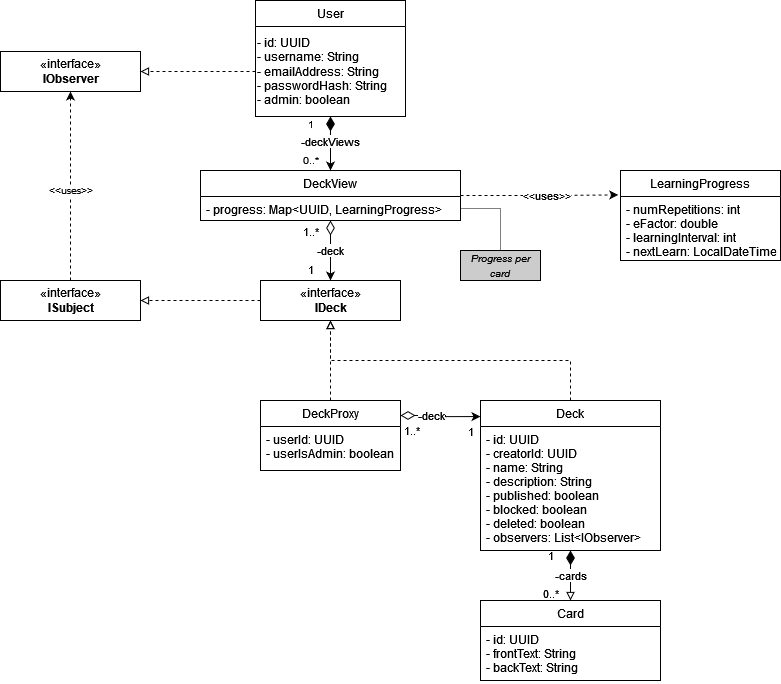
Above: diagrams-descriptions/domain-model/diagram.png in FabioPlunser/SWA-Project (draw.io), before the change. Source tidied: cells renumbered, new cells last; positions are measured from the earlier drawing's top-left corner, leaving out a move shared by most shapes.
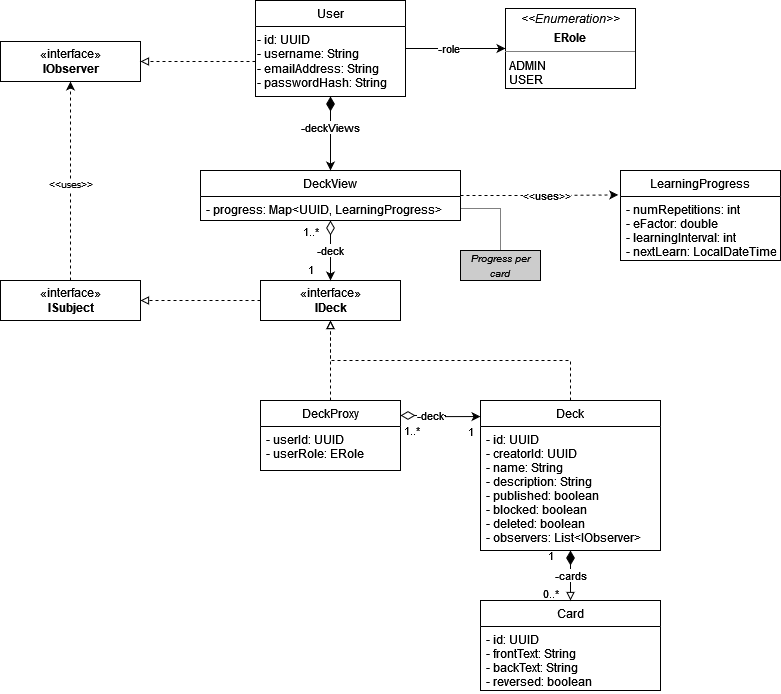
The same diagram one commit later.

Commit message:
Updated domain-model with enumeration and reversed flag for cards, created e-r-model

Change to the diagram source:
```diff
@@ -3,10 +3,10 @@
     <mxCell id="0" />
     <mxCell id="1" parent="0" />
     <mxCell id="2" value="Card" style="swimlane;fontStyle=0;horizontal=1;startSize=26;fillColor=none;" parent="1" vertex="1">
-      <mxGeometry x="480" y="600" width="180" height="80" as="geometry" />
+      <mxGeometry x="480" y="600" width="180" height="90" as="geometry" />
     </mxCell>
-    <mxCell id="3" value="- id: UUID&#10;- frontText: String&#10;- backText: String" style="text;strokeColor=none;fillColor=none;align=left;verticalAlign=top;spacingLeft=4;spacingRight=4;overflow=hidden;" parent="2" vertex="1">
-      <mxGeometry y="26" width="180" height="54" as="geometry" />
+    <mxCell id="3" value="- id: UUID&#10;- frontText: String&#10;- backText: String&#10;- reversed: boolean&#10;" style="text;strokeColor=none;fillColor=none;align=left;verticalAlign=top;spacingLeft=4;spacingRight=4;overflow=hidden;" parent="2" vertex="1">
+      <mxGeometry y="26" width="180" height="64" as="geometry" />
     </mxCell>
     <mxCell id="4" value="-cards" style="edgeStyle=orthogonalEdgeStyle;rounded=0;jettySize=auto;html=1;entryX=0.5;entryY=0;entryDx=0;entryDy=0;startArrow=diamondThin;startFill=1;endArrow=block;endFill=0;startSize=12;" parent="1" edge="1" source="8" target="2">
       <mxGeometry relative="1" as="geometry" />
@@ -62,7 +62,7 @@
     <mxCell id="16" value="DeckProxy" style="swimlane;fontStyle=0;horizontal=1;startSize=26;fillColor=none;" parent="1" vertex="1">
       <mxGeometry x="260" y="400" width="140" height="70" as="geometry" />
     </mxCell>
-    <mxCell id="17" value="- userId: UUID&#10;- userIsAdmin: boolean&#10;" style="text;strokeColor=none;fillColor=none;align=left;verticalAlign=top;spacingLeft=4;spacingRight=4;overflow=hidden;" parent="16" vertex="1">
+    <mxCell id="17" value="- userId: UUID&#10;- userRole: ERole&#10;" style="text;strokeColor=none;fillColor=none;align=left;verticalAlign=top;spacingLeft=4;spacingRight=4;overflow=hidden;" parent="16" vertex="1">
       <mxGeometry y="26" width="140" height="44" as="geometry" />
     </mxCell>
     <mxCell id="18" value="&lt;div&gt;«interface»&lt;b&gt;&lt;br&gt;&lt;/b&gt;&lt;/div&gt;&lt;div&gt;&lt;b&gt;IDeck&lt;/b&gt;&lt;/div&gt;" style="html=1;" parent="1" vertex="1">
@@ -82,21 +82,19 @@
         <mxPoint x="-2" y="7" as="offset" />
       </mxGeometry>
     </mxCell>
-    <mxCell id="23" value="1" style="edgeLabel;html=1;align=center;verticalAlign=middle;fontSize=10;" parent="21" vertex="1">
-      <mxGeometry x="-0.7" relative="1" as="geometry">
-        <mxPoint x="-20" as="offset" />
-      </mxGeometry>
-    </mxCell>
-    <mxCell id="24" value="0..*" style="edgeLabel;html=1;align=center;verticalAlign=middle;fontSize=10;" parent="21" vertex="1">
-      <mxGeometry x="0.8" y="1" relative="1" as="geometry">
-        <mxPoint x="-21" y="-5" as="offset" />
-      </mxGeometry>
-    </mxCell>
+    <mxCell id="41" style="edgeStyle=orthogonalEdgeStyle;rounded=0;jettySize=auto;html=1;" parent="1" edge="1" source="25" target="43">
+      <mxGeometry relative="1" as="geometry" />
+    </mxCell>
+    <mxCell id="42" value="-role" style="edgeLabel;html=1;align=center;verticalAlign=middle;" parent="41" vertex="1">
+      <mxGeometry x="-0.14" y="-2" relative="1" as="geometry">
+        <mxPoint y="-2" as="offset" />
+      </mxGeometry>
+    </mxCell>
     <mxCell id="25" value="User" style="swimlane;fontStyle=0;horizontal=1;startSize=26;fillColor=none;" parent="1" vertex="1">
-      <mxGeometry x="255" width="150" height="116" as="geometry" />
+      <mxGeometry x="255" width="150" height="96" as="geometry" />
     </mxCell>
-    <mxCell id="26" value="&lt;div&gt;- id: UUID&lt;/div&gt;&lt;div&gt;- username: String&lt;/div&gt;&lt;div&gt;- emailAddress: String&lt;/div&gt;&lt;div&gt;- passwordHash: String&lt;/div&gt;&lt;div&gt;- admin: boolean&lt;br&gt;&lt;/div&gt;" style="text;html=1;align=left;verticalAlign=middle;points=[];strokeColor=none;fillColor=none;" parent="25" vertex="1">
-      <mxGeometry y="26" width="150" height="90" as="geometry" />
+    <mxCell id="26" value="&lt;div&gt;- id: UUID&lt;/div&gt;&lt;div&gt;- username: String&lt;/div&gt;&lt;div&gt;- emailAddress: String&lt;/div&gt;&lt;div&gt;- passwordHash: String&lt;/div&gt;" style="text;html=1;align=left;verticalAlign=middle;points=[];strokeColor=none;fillColor=none;" parent="25" vertex="1">
+      <mxGeometry y="26" width="150" height="70" as="geometry" />
     </mxCell>
     <mxCell id="27" value="-deck" style="edgeStyle=orthogonalEdgeStyle;rounded=0;jettySize=auto;html=1;entryX=0.5;entryY=0;entryDx=0;entryDy=0;startArrow=diamondThin;startFill=0;endArrow=classic;endFill=1;startSize=12;" parent="1" edge="1" source="32" target="18">
       <mxGeometry relative="1" as="geometry" />
@@ -132,7 +130,7 @@
       <mxGeometry x="460" y="250" width="80" height="30" as="geometry" />
     </mxCell>
     <mxCell id="36" value="&lt;div&gt;«interface»&lt;b&gt;&lt;br&gt;&lt;/b&gt;&lt;/div&gt;&lt;div&gt;&lt;b&gt;IObserver&lt;/b&gt;&lt;/div&gt;" style="html=1;" parent="1" vertex="1">
-      <mxGeometry y="51" width="140" height="40" as="geometry" />
+      <mxGeometry y="41" width="140" height="40" as="geometry" />
     </mxCell>
     <mxCell id="37" style="edgeStyle=orthogonalEdgeStyle;rounded=0;jettySize=auto;html=1;fontSize=10;startArrow=none;startFill=0;endArrow=block;endFill=0;startSize=12;dashed=1;" parent="1" edge="1" source="26" target="36">
       <mxGeometry relative="1" as="geometry" />
@@ -148,5 +146,8 @@
     <mxCell id="40" value="&lt;div&gt;«interface»&lt;b&gt;&lt;br&gt;&lt;/b&gt;&lt;/div&gt;&lt;b&gt;ISubject&lt;/b&gt;" style="html=1;" parent="1" vertex="1">
       <mxGeometry y="280" width="140" height="40" as="geometry" />
     </mxCell>
+    <mxCell id="43" value="&lt;p style=&quot;margin:0px;margin-top:4px;text-align:center;&quot;&gt;&lt;i&gt;&amp;lt;&amp;lt;Enumeration&amp;gt;&amp;gt;&lt;/i&gt;&lt;/p&gt;&lt;p style=&quot;margin:0px;margin-top:4px;text-align:center;&quot;&gt;&lt;b&gt;ERole&lt;/b&gt;&lt;br&gt;&lt;/p&gt;&lt;hr size=&quot;1&quot;&gt;&lt;p style=&quot;margin:0px;margin-left:4px;&quot;&gt;ADMIN&lt;/p&gt;&lt;p style=&quot;margin:0px;margin-left:4px;&quot;&gt;USER&lt;br&gt;&lt;/p&gt;" style="verticalAlign=top;align=left;overflow=fill;fontSize=12;fontFamily=Helvetica;html=1;" parent="1" vertex="1">
+      <mxGeometry x="505" y="8" width="130" height="80" as="geometry" />
+    </mxCell>
   </root>
 </mxGraphModel>
```
